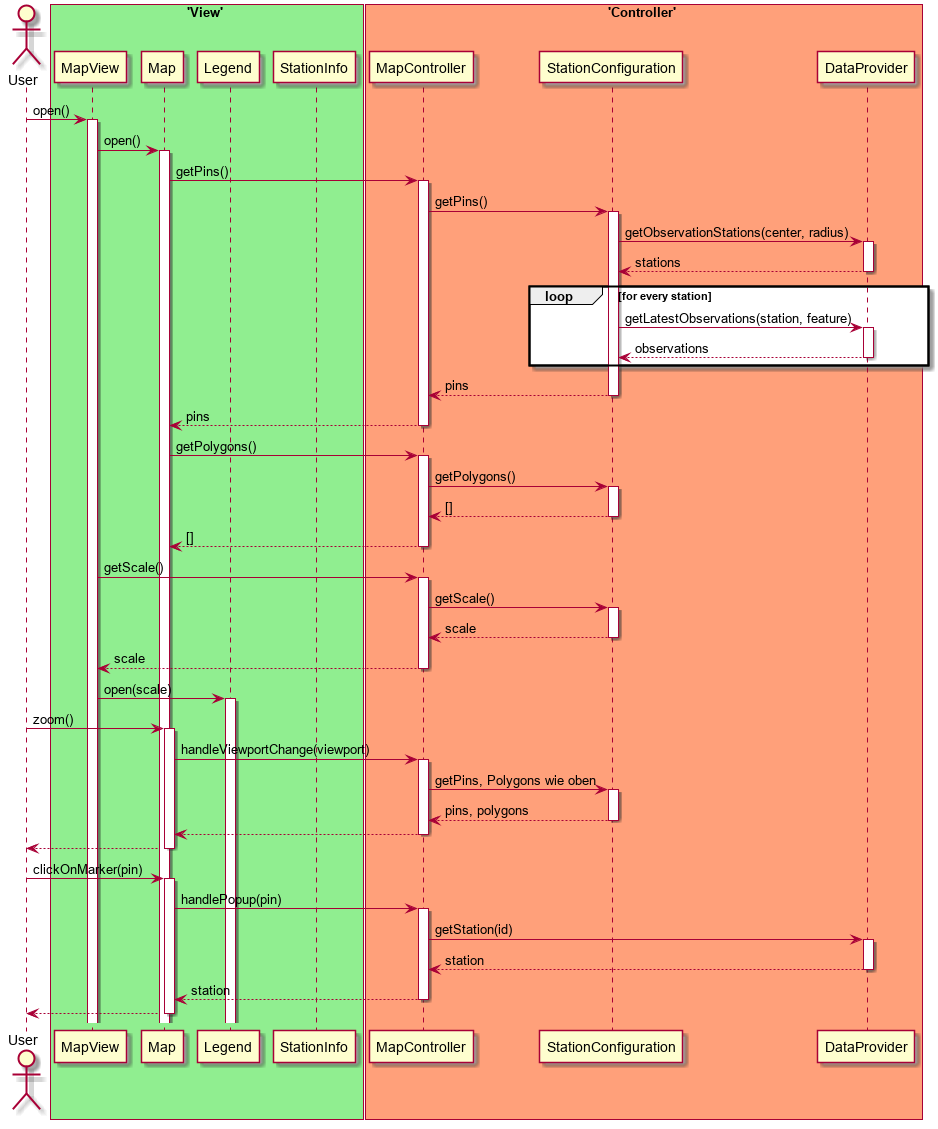
This is Entwurf/Entwurfsdokument/figures/diagrams/MapPageSeq.png from JonaEnz/pse-airquality-1, a PlantUML export, as it was before one commit.
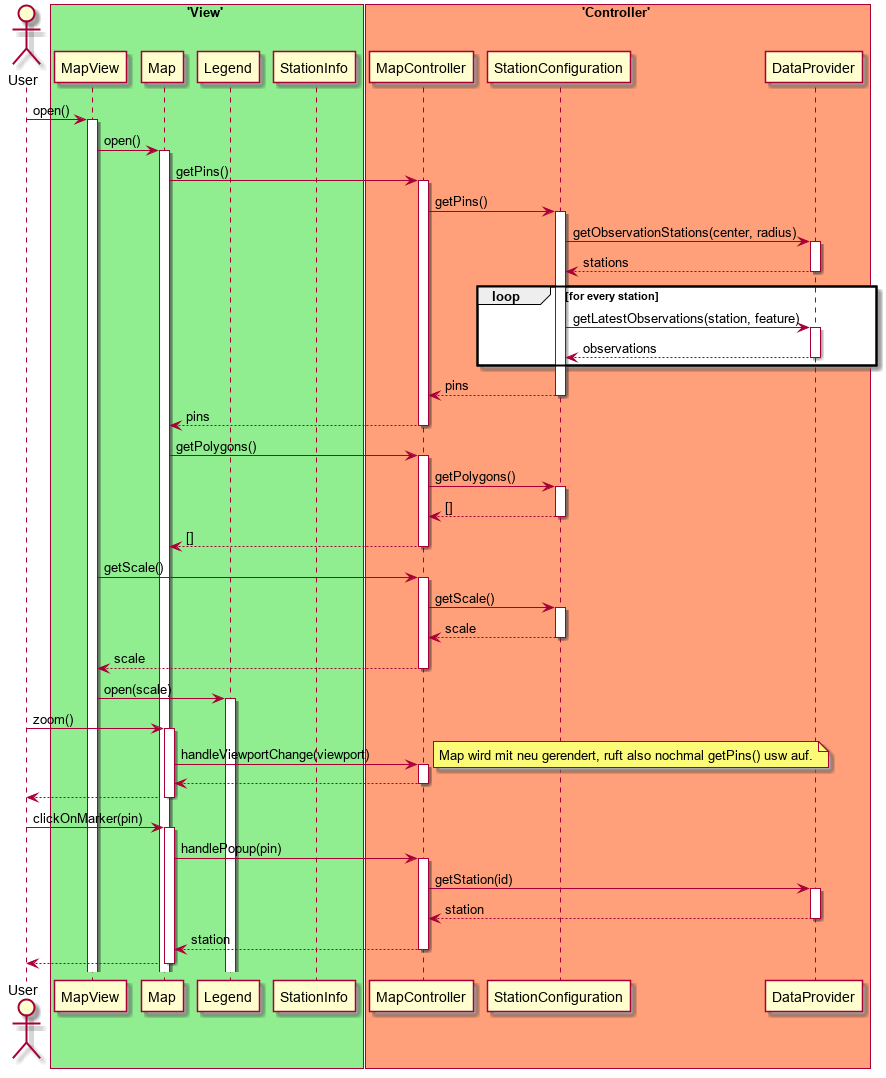
The same diagram one commit later.

The edit, as a diff of the source:
```diff
@@ -40,8 +40,7 @@
 
 User -> Map ++ : zoom()
 Map -> MapController ++ : handleViewportChange(viewport)
-MapController -> StationConfiguration ++ : getPins, Polygons wie oben
-return pins, polygons
+note right: Map wird mit neu gerendert, ruft also nochmal getPins() usw auf.
 return
 return
 
```
